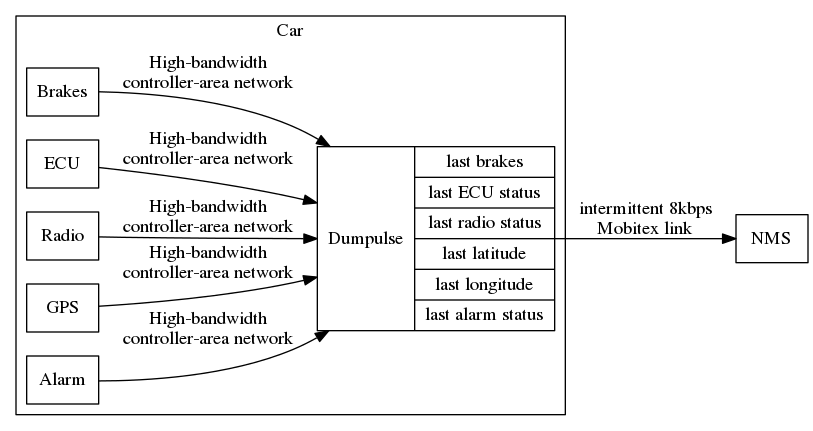
The Graphviz diagram diagram.png in kragen/dumpulse, before a commit. Its source is kept beside it as diagram.dot.
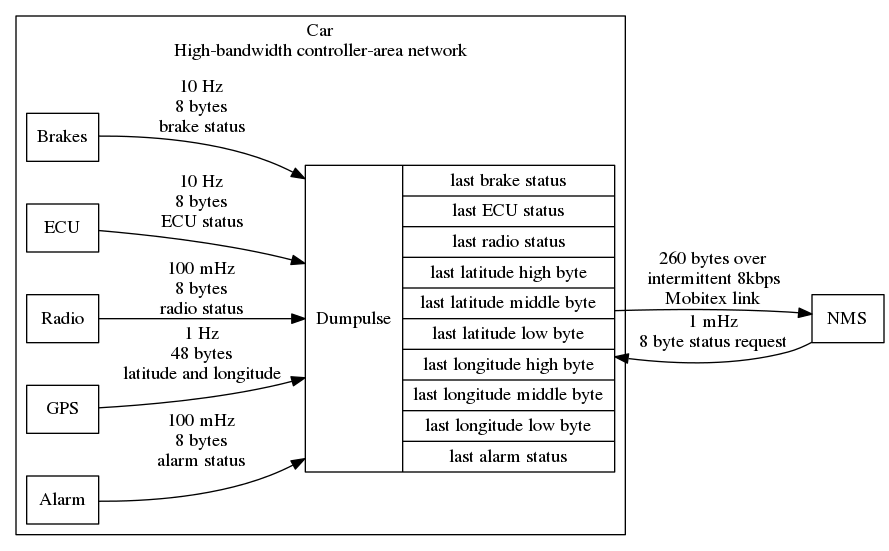
The same file after the commit.

Diff of the diagram source:
```diff
@@ -2,11 +2,16 @@
         rankdir=LR
         graph [bgcolor="#ffffff00"]
         node [shape=box]
-        Dumpulse [shape=record, label="{Dumpulse | {last brakes | last ECU status | last radio status | last latitude | last longitude | last alarm status}}"];
+        Dumpulse [shape=record, label="{Dumpulse | {last brake status | last ECU status | last radio status | last latitude high byte | last latitude middle byte | last latitude low byte | last longitude high byte | last longitude middle byte | last longitude low byte | last alarm status}}"];
 
         subgraph cluster_car {
-                label="Car";
-                { Brakes ECU Radio GPS Alarm } -> Dumpulse [label="High-bandwidth\ncontroller-area network"];
+                label="Car\nHigh-bandwidth controller-area network";
+                Brakes -> Dumpulse [label="10 Hz\n8 bytes\nbrake status"];
+                ECU -> Dumpulse [label="10 Hz\n8 bytes\nECU status"];
+                Radio -> Dumpulse [label="100 mHz\n8 bytes\nradio status"];
+                GPS -> Dumpulse [label="1 Hz\n48 bytes\nlatitude and longitude"];
+                Alarm -> Dumpulse [label="100 mHz\n8 bytes\nalarm status"];
         }
-        Dumpulse -> NMS [label="intermittent 8kbps\nMobitex link"];
+        NMS -> Dumpulse [label="1 mHz\n8 byte status request"];
+        Dumpulse -> NMS [label="260 bytes over\nintermittent 8kbps\nMobitex link"];
 }
```
